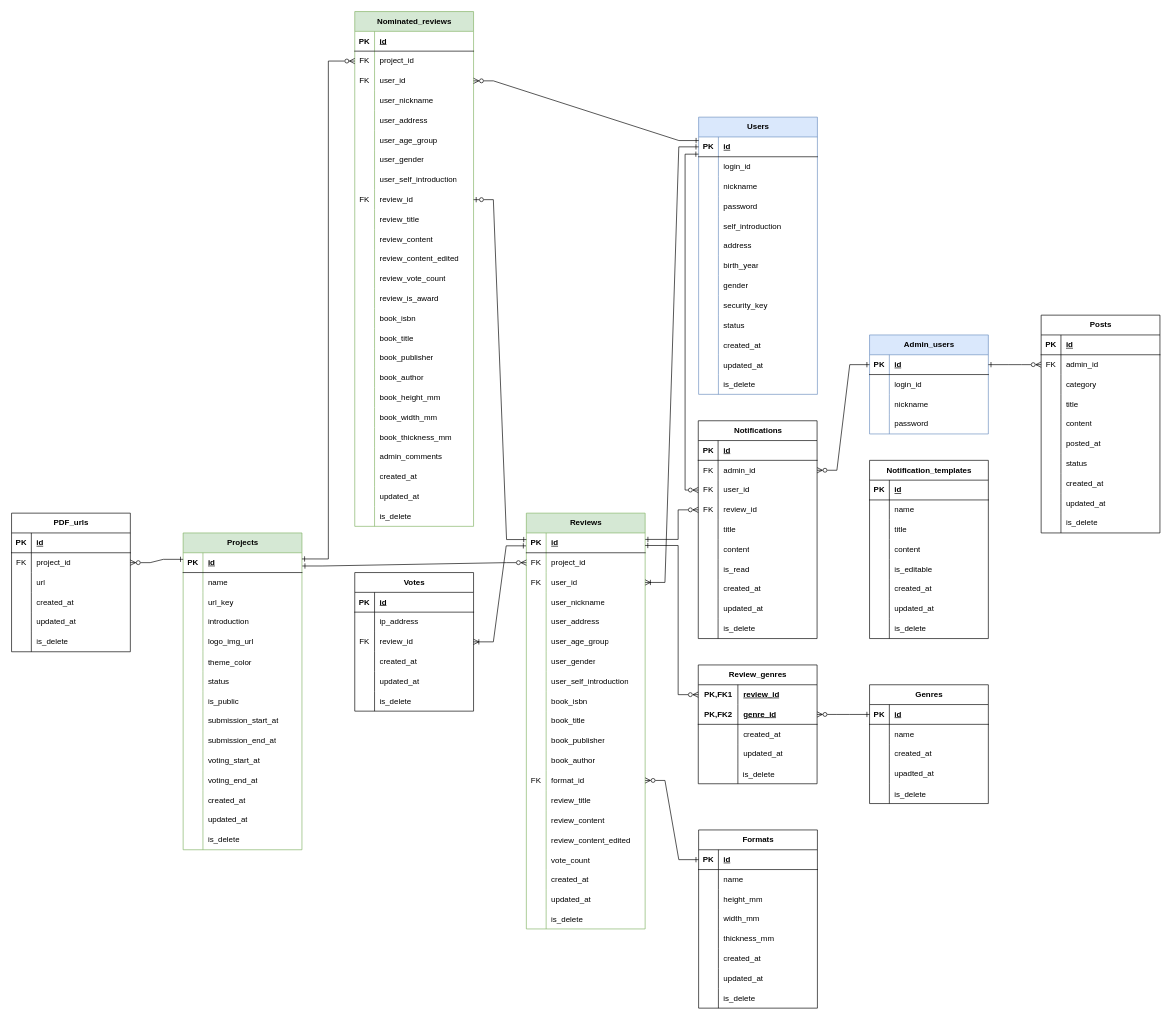
knagaki1225/zoutohana-documentation keeps this draw.io diagram as ER図.drawio. Above is the earlier version. Source tidied: cells renumbered, new cells numbered last; positions are measured from the earlier drawing's top-left corner, leaving out a move shared by most shapes. Both pictures are drawn from the tidied source at 66%, with x=0, y=0 at pixel (11, 11).
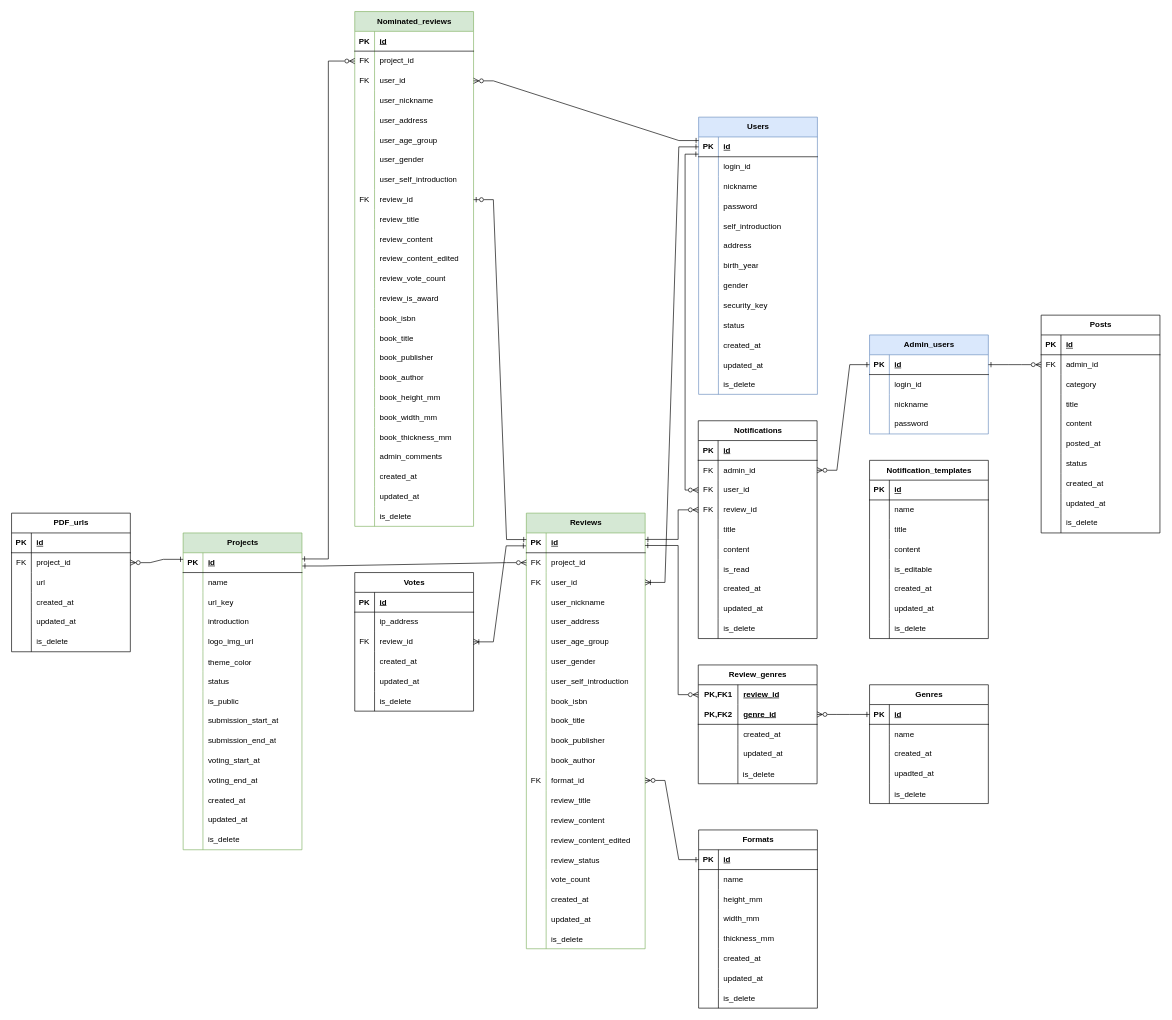
The same diagram, later.

Commit message:
review_statusの追加

What changed in the source:
```diff
@@
     <mxCell id="83" value="Reviews" style="shape=table;startSize=30;childLayout=tableLayout;rowLines=0;fontStyle=1;align=center;html=1;fillColor=#d5e8d4;strokeColor=#82b366;" parent="1" vertex="1">
-      <mxGeometry x="780" y="760" width="180" height="630" as="geometry" />
+      <mxGeometry x="780" y="760" width="180" height="660" as="geometry" />
     </mxCell>
@@
+    <mxCell id="434" style="shape=tableRow;horizontal=0;startSize=0;swimlaneHead=0;swimlaneBody=0;fillColor=none;top=0;left=0;right=0;bottom=0;" parent="83" vertex="1">
+      <mxGeometry y="510" width="180" height="30" as="geometry" />
+    </mxCell>
+    <mxCell id="435" style="shape=partialRectangle;fillColor=none;top=0;left=0;bottom=0;right=0;overflow=hidden;" parent="434" vertex="1">
+      <mxGeometry width="30" height="30" as="geometry" />
+    </mxCell>
+    <mxCell id="436" value="review_status" style="shape=partialRectangle;fillColor=none;top=0;left=0;bottom=0;right=0;align=left;spacingLeft=6;overflow=hidden;" parent="434" vertex="1">
+      <mxGeometry x="30" width="150" height="30" as="geometry" />
+    </mxCell>
     <mxCell id="132" style="shape=tableRow;horizontal=0;startSize=0;swimlaneHead=0;swimlaneBody=0;fillColor=none;top=0;left=0;right=0;bottom=0;" parent="83" vertex="1">
-      <mxGeometry y="510" width="180" height="30" as="geometry" />
+      <mxGeometry y="540" width="180" height="30" as="geometry" />
     </mxCell>
@@
     <mxCell id="135" style="shape=tableRow;horizontal=0;startSize=0;swimlaneHead=0;swimlaneBody=0;fillColor=none;top=0;left=0;right=0;bottom=0;" parent="83" vertex="1">
-      <mxGeometry y="540" width="180" height="30" as="geometry" />
+      <mxGeometry y="570" width="180" height="30" as="geometry" />
     </mxCell>
@@
     <mxCell id="138" style="shape=tableRow;horizontal=0;startSize=0;swimlaneHead=0;swimlaneBody=0;fillColor=none;top=0;left=0;right=0;bottom=0;" parent="83" vertex="1">
-      <mxGeometry y="570" width="180" height="30" as="geometry" />
+      <mxGeometry y="600" width="180" height="30" as="geometry" />
     </mxCell>
@@
     <mxCell id="141" style="shape=tableRow;horizontal=0;startSize=0;swimlaneHead=0;swimlaneBody=0;fillColor=none;top=0;left=0;right=0;bottom=0;" parent="83" vertex="1">
-      <mxGeometry y="600" width="180" height="30" as="geometry" />
+      <mxGeometry y="630" width="180" height="30" as="geometry" />
     </mxCell>
```
